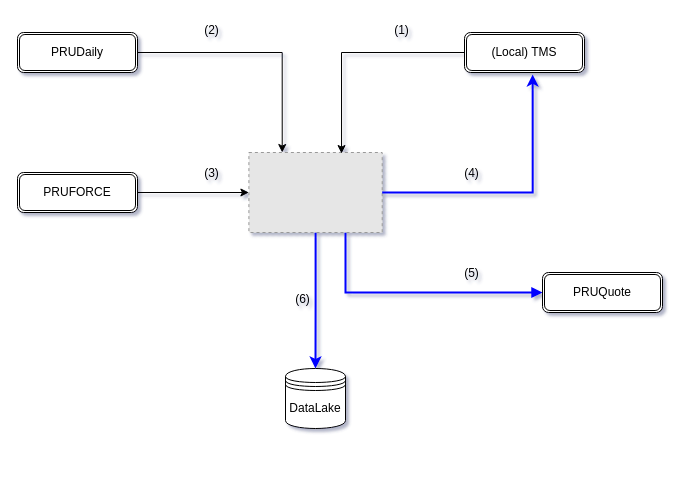
Before: page "Page-1" (1 of 7) of dataflow.drawio in thanhluandhsp/litmos, a draw.io diagram. Source tidied: cells renumbered, new cells numbered last; positions are measured from the earlier drawing's top-left corner, leaving out a move shared by most shapes. Both pictures are drawn from the tidied source at 100%, with x=0, y=0 at pixel (17, 17). Pictures stored in the file or linked from it are replaced by grey dashed boxes.
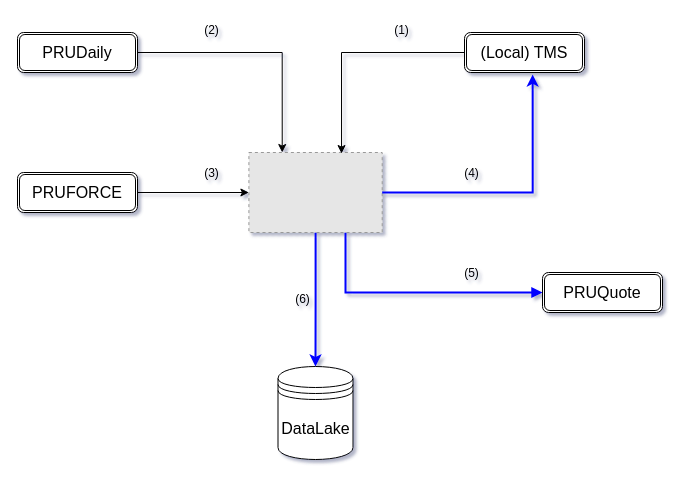
Above is the later version.

What changed in the source:
```diff
@@
-    <mxCell id="5" value="(Local) TMS" style="shape=ext;double=1;rounded=1;whiteSpace=wrap;html=1;" parent="1" vertex="1">
+    <mxCell id="5" value="&lt;font style=&quot;font-size: 16px;&quot;&gt;(Local) TMS&lt;/font&gt;" style="shape=ext;double=1;rounded=1;whiteSpace=wrap;html=1;" parent="1" vertex="1">
       <mxGeometry x="447" y="15" width="120" height="40" as="geometry" />
     </mxCell>
-    <mxCell id="6" value="PRUQuote" style="shape=ext;double=1;rounded=1;whiteSpace=wrap;html=1;" parent="1" vertex="1">
+    <mxCell id="6" value="&lt;font style=&quot;font-size: 16px;&quot;&gt;PRUQuote&lt;/font&gt;" style="shape=ext;double=1;rounded=1;whiteSpace=wrap;html=1;" parent="1" vertex="1">
       <mxGeometry x="525" y="255" width="120" height="40" as="geometry" />
     </mxCell>
@@
-    <mxCell id="8" value="PRUDaily" style="shape=ext;double=1;rounded=1;whiteSpace=wrap;html=1;" parent="1" vertex="1">
+    <mxCell id="8" value="&lt;font style=&quot;font-size: 16px;&quot;&gt;PRUDaily&lt;/font&gt;" style="shape=ext;double=1;rounded=1;whiteSpace=wrap;html=1;" parent="1" vertex="1">
       <mxGeometry y="15" width="120" height="40" as="geometry" />
     </mxCell>
@@
-    <mxCell id="10" value="PRUFORCE" style="shape=ext;double=1;rounded=1;whiteSpace=wrap;html=1;" parent="1" vertex="1">
+    <mxCell id="10" value="&lt;font style=&quot;font-size: 16px;&quot;&gt;PRUFORCE&lt;/font&gt;" style="shape=ext;double=1;rounded=1;whiteSpace=wrap;html=1;" parent="1" vertex="1">
       <mxGeometry y="155" width="120" height="40" as="geometry" />
     </mxCell>
@@
-    <mxCell id="12" value="DataLake" style="shape=datastore;whiteSpace=wrap;html=1;" parent="1" vertex="1">
-      <mxGeometry x="268" y="351" width="60" height="60" as="geometry" />
+    <mxCell id="12" value="&lt;font style=&quot;font-size: 16px;&quot;&gt;DataLake&lt;/font&gt;" style="shape=datastore;whiteSpace=wrap;html=1;" parent="1" vertex="1">
+      <mxGeometry x="260.5" y="349" width="75" height="93" as="geometry" />
     </mxCell>
```
